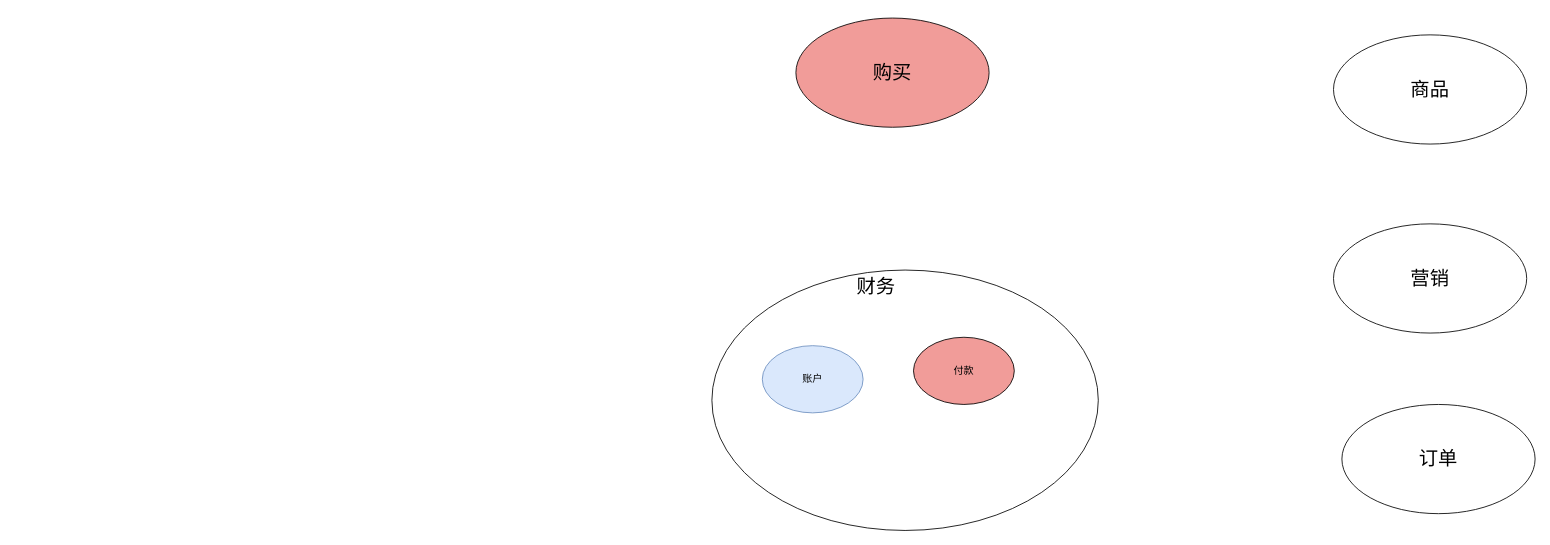
Above: 交易战略建模.drawio in linxiaofan/linhenghui (draw.io), before the change. Source tidied: cells renumbered, new cells numbered last; positions are measured from the earlier drawing's top-left corner, leaving out a move shared by most shapes. Both pictures are drawn from the tidied source at 84%, with x=0, y=0 at pixel (711, 18).
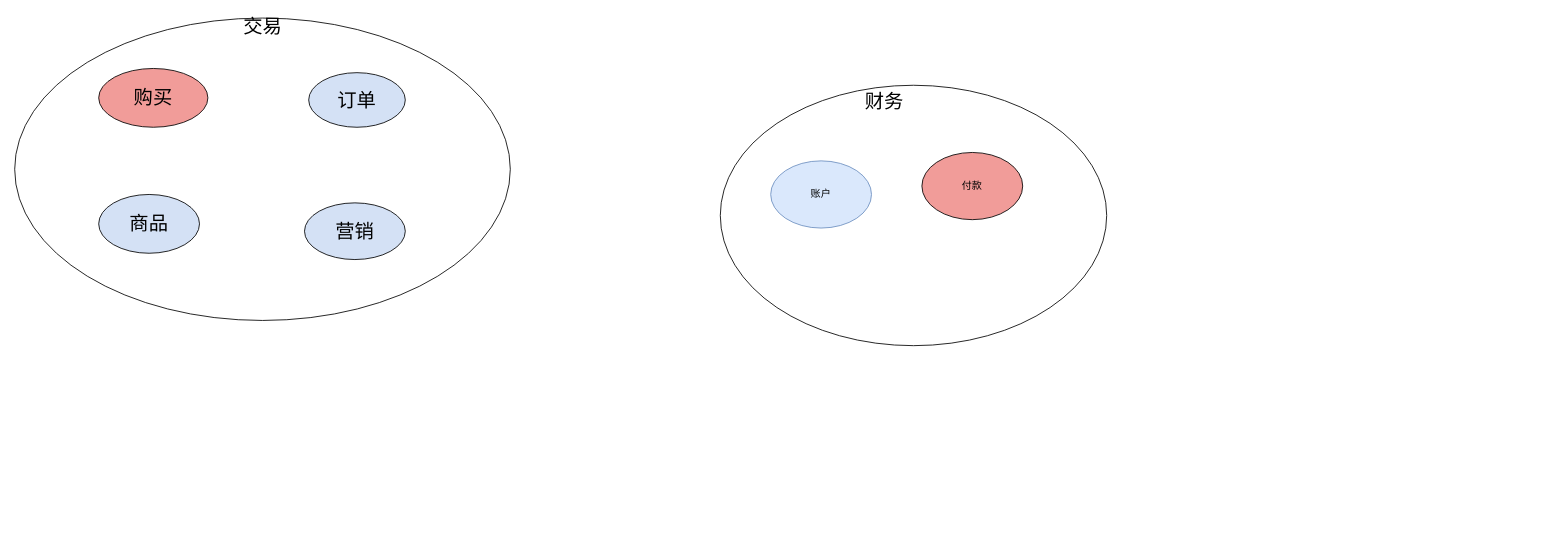
The same diagram, later.

Commit message (it also covers changes not shown here):
更新交易战略建模.drawio

Change to the diagram source:
```diff
@@
 <mxGraphModel>
   <root>
     <mxCell id="0" />
     <mxCell id="1" parent="0" />
+    <mxCell id="5" style="ellipse;whiteSpace=wrap;html=1;" parent="1" vertex="1">
+      <mxGeometry x="10" y="80" width="460" height="310" as="geometry" />
+    </mxCell>
+    <mxCell id="7" value="&lt;font style=&quot;font-size: 23px&quot;&gt;财务&lt;/font&gt;" style="text;html=1;align=center;verticalAlign=middle;" parent="1" vertex="1">
+      <mxGeometry x="175" y="90" width="60" height="20" as="geometry" />
+    </mxCell>
+    <mxCell id="8" value="账户" style="ellipse;whiteSpace=wrap;html=1;fillColor=#dae8fc;strokeColor=#6c8ebf;" parent="1" vertex="1">
+      <mxGeometry x="70" y="170" width="120" height="80" as="geometry" />
+    </mxCell>
+    <mxCell id="9" value="付款" style="ellipse;whiteSpace=wrap;html=1;fillColor=#F19C99;" parent="1" vertex="1">
+      <mxGeometry x="250" y="160" width="120" height="80" as="geometry" />
+    </mxCell>
+    <mxCell id="10" style="ellipse;whiteSpace=wrap;html=1;" parent="1" vertex="1">
+      <mxGeometry x="-830" width="590" height="360" as="geometry" />
+    </mxCell>
-    <mxCell id="2" value="&lt;font style=&quot;font-size: 23px&quot;&gt;订单&lt;/font&gt;" style="ellipse;whiteSpace=wrap;html=1;" parent="1" vertex="1">
-      <mxGeometry x="750" y="460" width="230" height="130" as="geometry" />
+    <mxCell id="2" value="&lt;font style=&quot;font-size: 23px&quot;&gt;订单&lt;/font&gt;" style="ellipse;whiteSpace=wrap;html=1;fillColor=#D4E1F5;" parent="1" vertex="1">
+      <mxGeometry x="-480" y="65" width="115" height="65" as="geometry" />
     </mxCell>
-    <mxCell id="3" value="&lt;font style=&quot;font-size: 23px&quot;&gt;商品&lt;/font&gt;" style="ellipse;whiteSpace=wrap;html=1;" parent="1" vertex="1">
-      <mxGeometry x="740" y="20" width="230" height="130" as="geometry" />
+    <mxCell id="3" value="&lt;font style=&quot;font-size: 23px&quot;&gt;商品&lt;/font&gt;" style="ellipse;whiteSpace=wrap;html=1;fillColor=#D4E1F5;" parent="1" vertex="1">
+      <mxGeometry x="-730" y="210" width="120" height="70" as="geometry" />
     </mxCell>
-    <mxCell id="4" value="&lt;font style=&quot;font-size: 23px&quot;&gt;营销&lt;/font&gt;" style="ellipse;whiteSpace=wrap;html=1;" parent="1" vertex="1">
-      <mxGeometry x="740" y="245" width="230" height="130" as="geometry" />
+    <mxCell id="4" value="&lt;font style=&quot;font-size: 23px&quot;&gt;营销&lt;/font&gt;" style="ellipse;whiteSpace=wrap;html=1;fillColor=#D4E1F5;" parent="1" vertex="1">
+      <mxGeometry x="-485" y="220" width="120" height="67.5" as="geometry" />
     </mxCell>
-    <mxCell id="5" style="ellipse;whiteSpace=wrap;html=1;" parent="1" vertex="1">
-      <mxGeometry y="300" width="460" height="310" as="geometry" />
-    </mxCell>
     <mxCell id="6" value="&lt;font style=&quot;font-size: 23px&quot;&gt;购买&lt;/font&gt;" style="ellipse;whiteSpace=wrap;html=1;fillColor=#F19C99;" parent="1" vertex="1">
-      <mxGeometry x="100" width="230" height="130" as="geometry" />
+      <mxGeometry x="-730" y="60" width="130" height="70" as="geometry" />
     </mxCell>
-    <mxCell id="7" value="&lt;font style=&quot;font-size: 23px&quot;&gt;财务&lt;/font&gt;" style="text;html=1;align=center;verticalAlign=middle;" parent="1" vertex="1">
-      <mxGeometry x="165" y="310" width="60" height="20" as="geometry" />
-    </mxCell>
-    <mxCell id="8" value="账户" style="ellipse;whiteSpace=wrap;html=1;fillColor=#dae8fc;strokeColor=#6c8ebf;" parent="1" vertex="1">
-      <mxGeometry x="60" y="390" width="120" height="80" as="geometry" />
-    </mxCell>
-    <mxCell id="9" value="付款" style="ellipse;whiteSpace=wrap;html=1;fillColor=#F19C99;" parent="1" vertex="1">
-      <mxGeometry x="240" y="380" width="120" height="80" as="geometry" />
-    </mxCell>
+    <mxCell id="11" value="&lt;font style=&quot;font-size: 23px&quot;&gt;交易&lt;/font&gt;" style="text;html=1;align=center;verticalAlign=middle;" parent="1" vertex="1">
+      <mxGeometry x="-565" width="60" height="20" as="geometry" />
+    </mxCell>
   </root>
 </mxGraphModel>
```
